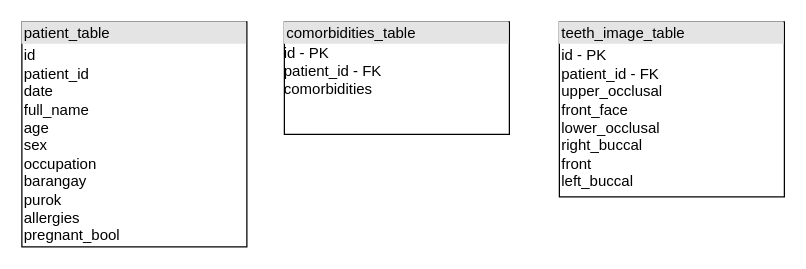
Above: docs/database_table_relation.drawio in JKCHacking/DentalProfileApp (draw.io), before the change. Source tidied: cells renumbered, new cells numbered last; positions are measured from the earlier drawing's top-left corner, leaving out a move shared by most shapes. Both pictures are drawn from the tidied source at 125%, with x=0, y=0 at pixel (21, 21).
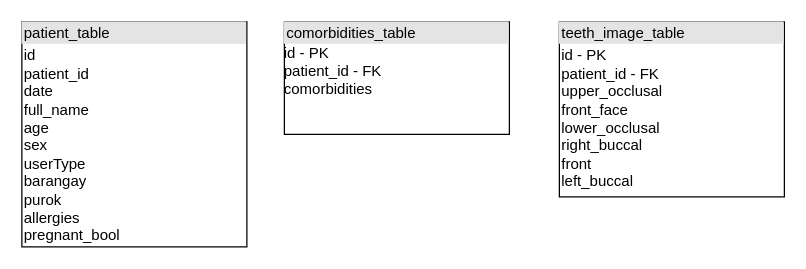
Above is the later version.

Change to the diagram source:
```diff
@@
 <mxGraphModel>
   <root>
     <mxCell id="0" />
     <mxCell id="1" parent="0" />
-    <mxCell id="2" value="&lt;div style=&quot;box-sizing: border-box ; width: 100% ; background: #e4e4e4 ; padding: 2px&quot;&gt;patient_table&lt;/div&gt;&lt;table style=&quot;width: 100% ; font-size: 1em&quot; cellpadding=&quot;2&quot; cellspacing=&quot;0&quot;&gt;&lt;tbody&gt;&lt;tr&gt;&lt;td&gt;id&lt;br&gt;patient_id&lt;br&gt;date&lt;br&gt;full_name&lt;br&gt;age&lt;br&gt;sex&lt;br&gt;occupation&lt;br&gt;barangay&lt;br&gt;purok&lt;br&gt;allergies&lt;br&gt;pregnant_bool&lt;br&gt;&lt;br&gt;&lt;/td&gt;&lt;td&gt;&lt;/td&gt;&lt;/tr&gt;&lt;tr&gt;&lt;td&gt;&lt;/td&gt;&lt;td&gt;&lt;br&gt;&lt;/td&gt;&lt;/tr&gt;&lt;/tbody&gt;&lt;/table&gt;" style="verticalAlign=top;align=left;overflow=fill;html=1;" parent="1" vertex="1">
+    <mxCell id="2" value="&lt;div style=&quot;box-sizing: border-box ; width: 100% ; background: #e4e4e4 ; padding: 2px&quot;&gt;patient_table&lt;/div&gt;&lt;table style=&quot;width: 100% ; font-size: 1em&quot; cellpadding=&quot;2&quot; cellspacing=&quot;0&quot;&gt;&lt;tbody&gt;&lt;tr&gt;&lt;td&gt;id&lt;br&gt;patient_id&lt;br&gt;date&lt;br&gt;full_name&lt;br&gt;age&lt;br&gt;sex&lt;br&gt;userType&lt;br&gt;barangay&lt;br&gt;purok&lt;br&gt;allergies&lt;br&gt;pregnant_bool&lt;br&gt;&lt;br&gt;&lt;/td&gt;&lt;td&gt;&lt;/td&gt;&lt;/tr&gt;&lt;tr&gt;&lt;td&gt;&lt;/td&gt;&lt;td&gt;&lt;br&gt;&lt;/td&gt;&lt;/tr&gt;&lt;/tbody&gt;&lt;/table&gt;" style="verticalAlign=top;align=left;overflow=fill;html=1;" parent="1" vertex="1">
       <mxGeometry width="180" height="180" as="geometry" />
     </mxCell>
     <mxCell id="3" value="&lt;div style=&quot;box-sizing: border-box ; width: 100% ; background: #e4e4e4 ; padding: 2px&quot;&gt;comorbidities_table&lt;/div&gt;id - PK&lt;br&gt;patient_id - FK&lt;br&gt;comorbidities&lt;br&gt;" style="verticalAlign=top;align=left;overflow=fill;html=1;" parent="1" vertex="1">
       <mxGeometry x="210" width="180" height="90" as="geometry" />
     </mxCell>
     <mxCell id="4" value="&lt;div style=&quot;box-sizing: border-box ; width: 100% ; background: #e4e4e4 ; padding: 2px&quot;&gt;teeth_image_table&lt;/div&gt;&lt;table style=&quot;width: 100% ; font-size: 1em&quot; cellpadding=&quot;2&quot; cellspacing=&quot;0&quot;&gt;&lt;tbody&gt;&lt;tr&gt;&lt;td&gt;id - PK&lt;br&gt;patient_id - FK&lt;br&gt;upper_occlusal&lt;br&gt;front_face&lt;br&gt;lower_occlusal&lt;br&gt;right_buccal&lt;br&gt;front&lt;br&gt;left_buccal&lt;/td&gt;&lt;td&gt;&lt;/td&gt;&lt;/tr&gt;&lt;/tbody&gt;&lt;/table&gt;" style="verticalAlign=top;align=left;overflow=fill;html=1;" parent="1" vertex="1">
       <mxGeometry x="430" width="180" height="140" as="geometry" />
     </mxCell>
   </root>
 </mxGraphModel>
```
